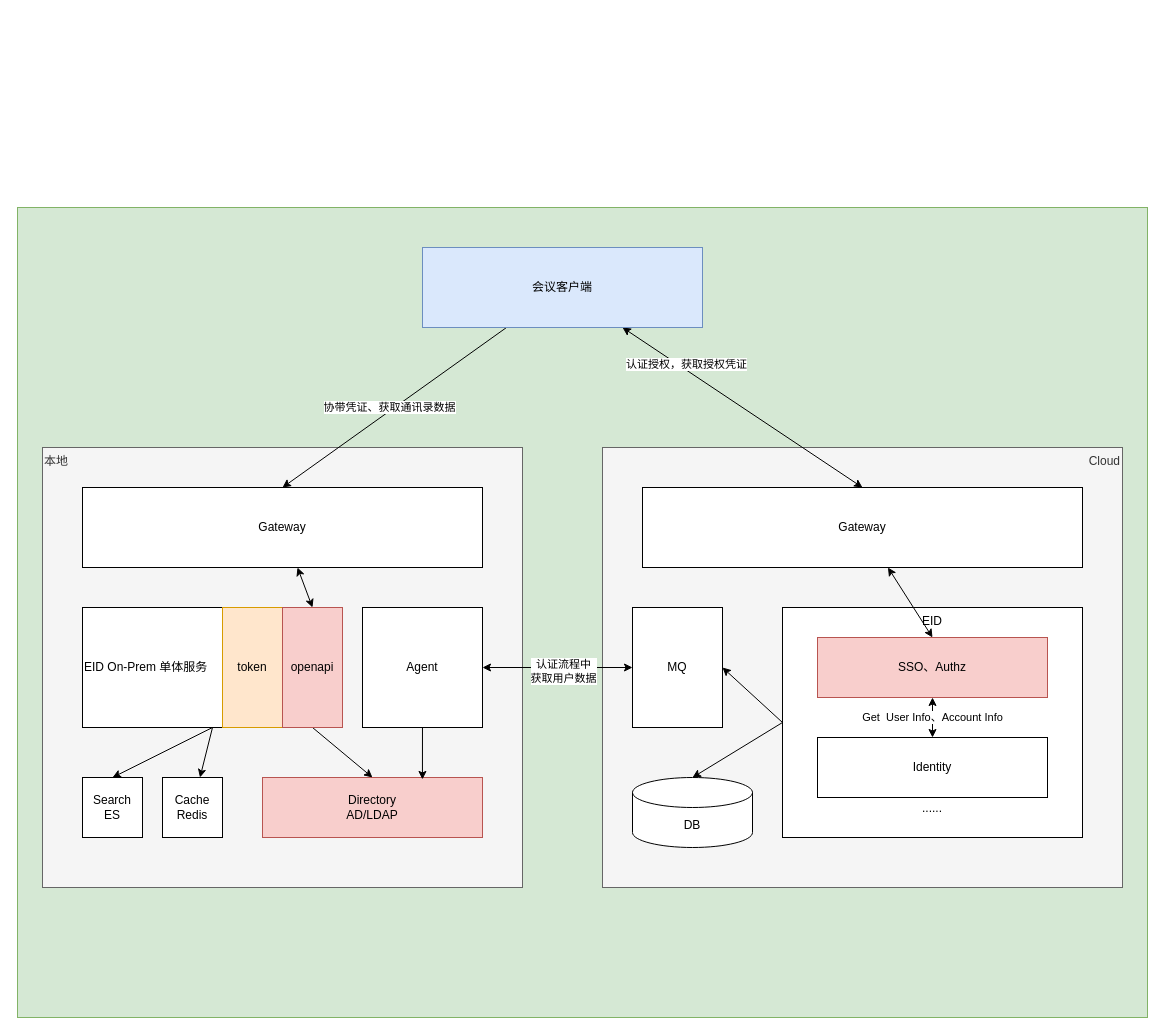
Above: homework/src/main/resources/混合云整体架构.drawio in YufuMxl/geek_java_practise (draw.io), before the change. Source tidied: cells renumbered, new cells numbered last; positions are measured from the earlier drawing's top-left corner, leaving out a move shared by most shapes. Both pictures are drawn from the tidied source at 100%, with x=0, y=0 at pixel (17, 207).
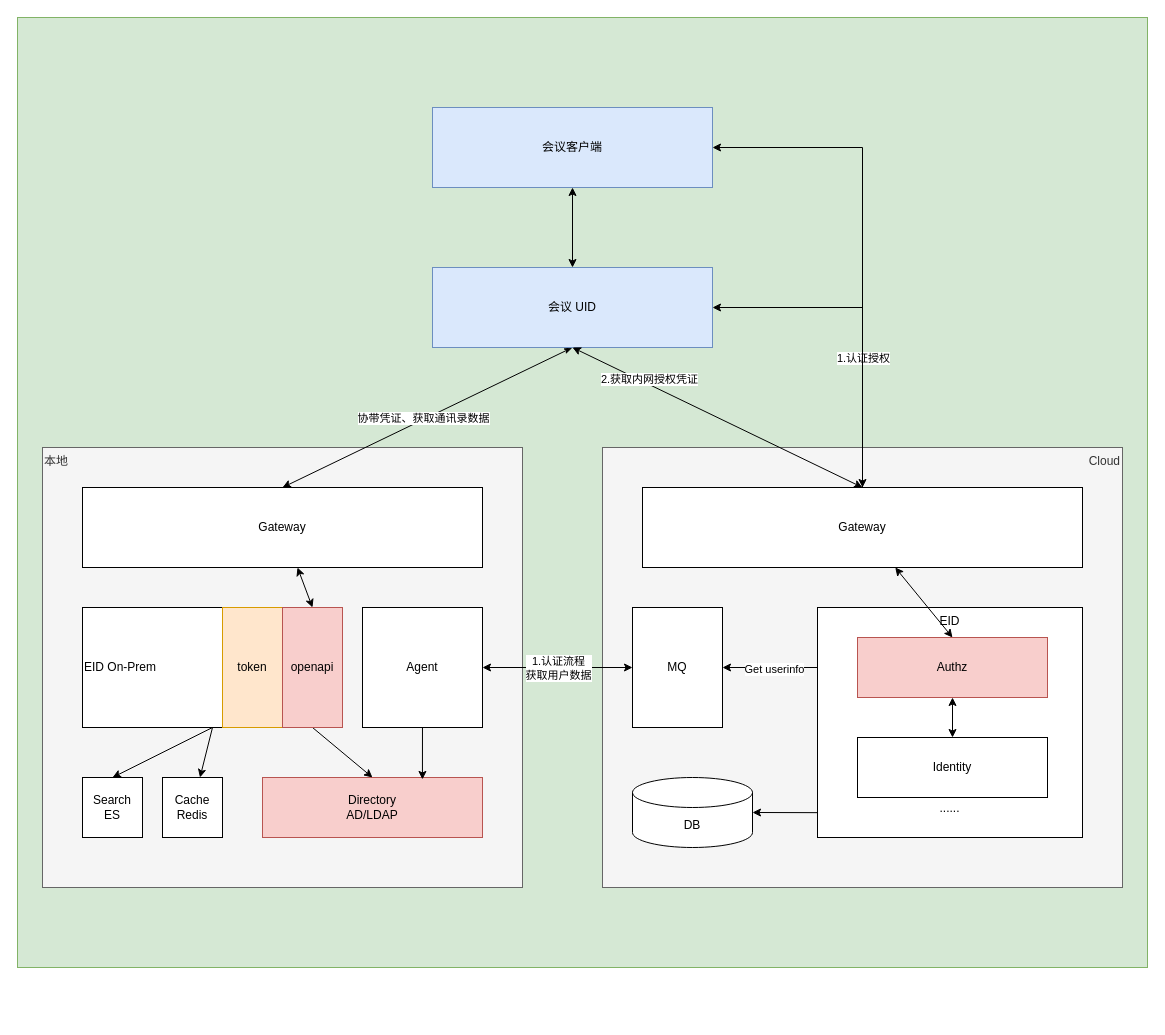
Above is the later version.

Commit message:
更新混合云整体架构.drawio

The change refers to these unchanged cells:
```xml
<mxCell id="10" value="Gateway" style="rounded=0;whiteSpace=wrap;html=1;" parent="1" vertex="1">
  <mxGeometry x="65" y="280" width="400" height="80" as="geometry" />
</mxCell>
<mxCell id="15" style="edgeStyle=orthogonalEdgeStyle;rounded=0;jettySize=auto;html=1;exitX=1;exitY=0.5;exitDx=0;exitDy=0;startArrow=classic;startFill=1;entryX=0;entryY=0.5;entryDx=0;entryDy=0;" parent="1" edge="1" source="17" target="27">
  <mxGeometry relative="1" as="geometry" />
</mxCell>
<mxCell id="27" value="MQ" style="rounded=0;whiteSpace=wrap;html=1;" parent="1" vertex="1">
  <mxGeometry x="615" y="400" width="90" height="120" as="geometry" />
</mxCell>
<mxCell id="33" value="Gateway" style="rounded=0;whiteSpace=wrap;html=1;" parent="1" vertex="1">
  <mxGeometry x="625" y="280" width="440" height="80" as="geometry" />
</mxCell>
<mxCell id="34" value="DB" style="shape=cylinder3;whiteSpace=wrap;html=1;boundedLbl=1;backgroundOutline=1;size=15;" parent="1" vertex="1">
  <mxGeometry x="615" y="570" width="120" height="70" as="geometry" />
</mxCell>
```

Diff of the diagram source:
```diff
@@
     <mxCell id="2" style="rounded=0;whiteSpace=wrap;html=1;fillColor=#d5e8d4;strokeColor=#82b366;" parent="1" vertex="1">
-      <mxGeometry width="1130" height="810" as="geometry" />
+      <mxGeometry y="-190" width="1130" height="950" as="geometry" />
     </mxCell>
@@
     <mxCell id="4" value="&lt;div&gt;EID&lt;/div&gt;&lt;div&gt;&lt;br&gt;&lt;/div&gt;&lt;div&gt;&lt;br&gt;&lt;/div&gt;&lt;div&gt;&lt;br&gt;&lt;/div&gt;&lt;div&gt;&lt;br&gt;&lt;/div&gt;&lt;div&gt;&lt;br&gt;&lt;/div&gt;&lt;div&gt;&lt;br&gt;&lt;/div&gt;&lt;div&gt;&lt;br&gt;&lt;/div&gt;&lt;div&gt;&lt;br&gt;&lt;/div&gt;&lt;div&gt;&lt;br&gt;&lt;/div&gt;&lt;div&gt;&lt;br&gt;&lt;/div&gt;&lt;div&gt;&lt;br&gt;&lt;/div&gt;&lt;div&gt;&lt;br&gt;&lt;/div&gt;&lt;div&gt;......&lt;br&gt;&lt;/div&gt;" style="rounded=0;whiteSpace=wrap;html=1;verticalAlign=top;" parent="1" vertex="1">
-      <mxGeometry x="765" y="400" width="300" height="230" as="geometry" />
+      <mxGeometry x="800" y="400" width="265" height="230" as="geometry" />
     </mxCell>
@@
-    <mxCell id="8" value="EID On-Prem 单体服务" style="rounded=0;whiteSpace=wrap;html=1;align=left;verticalAlign=middle;" parent="1" vertex="1">
+    <mxCell id="8" value="EID On-Prem" style="rounded=0;whiteSpace=wrap;html=1;align=left;verticalAlign=middle;" parent="1" vertex="1">
       <mxGeometry x="65" y="400" width="260" height="120" as="geometry" />
     </mxCell>
@@
-    <mxCell id="16" value="&lt;div&gt;认证流程中&lt;br&gt;&lt;/div&gt;&lt;div&gt;获取用户数据&lt;/div&gt;" style="edgeLabel;html=1;align=center;verticalAlign=middle;" parent="15" vertex="1">
-      <mxGeometry x="0.07" y="-3" relative="1" as="geometry" />
+    <mxCell id="16" value="1.认证流程&lt;br&gt;&lt;div&gt;获取用户数据&lt;/div&gt;" style="edgeLabel;html=1;align=center;verticalAlign=middle;" parent="15" vertex="1">
+      <mxGeometry x="0.07" y="-3" relative="1" as="geometry">
+        <mxPoint x="-5" y="-3" as="offset" />
+      </mxGeometry>
     </mxCell>
@@
-    <mxCell id="21" style="rounded=0;jettySize=auto;html=1;startArrow=classic;startFill=1;entryX=0.5;entryY=0;entryDx=0;entryDy=0;" parent="1" edge="1" source="25" target="33">
+    <mxCell id="21" style="rounded=0;jettySize=auto;html=1;startArrow=classic;startFill=1;entryX=0.5;entryY=0;entryDx=0;entryDy=0;exitX=1;exitY=0.5;exitDx=0;exitDy=0;edgeStyle=orthogonalEdgeStyle;" parent="1" edge="1" source="25" target="33">
       <mxGeometry relative="1" as="geometry" />
     </mxCell>
-    <mxCell id="22" value="认证授权，获取授权凭证" style="edgeLabel;html=1;align=center;verticalAlign=middle;" parent="21" vertex="1">
+    <mxCell id="22" value="1.认证授权" style="edgeLabel;html=1;align=center;verticalAlign=middle;" parent="21" vertex="1">
       <mxGeometry x="-0.47" y="1" relative="1" as="geometry">
-        <mxPoint y="-5" as="offset" />
+        <mxPoint x="20" y="211" as="offset" />
       </mxGeometry>
     </mxCell>
-    <mxCell id="23" style="rounded=0;jettySize=auto;html=1;entryX=0.5;entryY=0;entryDx=0;entryDy=0;" parent="1" edge="1" source="25" target="10">
+    <mxCell id="23" style="rounded=0;jettySize=auto;html=1;entryX=0.5;entryY=0;entryDx=0;entryDy=0;exitX=0.5;exitY=1;exitDx=0;exitDy=0;startArrow=classicThin;startFill=1;" parent="1" edge="1" source="38" target="10">
       <mxGeometry relative="1" as="geometry" />
     </mxCell>
@@
     <mxCell id="25" value="会议客户端" style="rounded=0;whiteSpace=wrap;html=1;fillColor=#dae8fc;strokeColor=#6c8ebf;" parent="1" vertex="1">
-      <mxGeometry x="405" y="40" width="280" height="80" as="geometry" />
+      <mxGeometry x="415" y="-100" width="280" height="80" as="geometry" />
     </mxCell>
-    <mxCell id="26" style="rounded=0;jettySize=auto;html=1;exitX=1;exitY=0.5;exitDx=0;exitDy=0;entryX=0;entryY=0.5;entryDx=0;entryDy=0;startArrow=classic;startFill=1;endArrow=none;endFill=0;" parent="1" edge="1" source="27" target="4">
-      <mxGeometry relative="1" as="geometry" />
+    <mxCell id="26" style="rounded=0;jettySize=auto;html=1;exitX=1;exitY=0.5;exitDx=0;exitDy=0;startArrow=classic;startFill=1;endArrow=none;endFill=0;" parent="1" edge="1" source="27">
+      <mxGeometry relative="1" as="geometry">
+        <mxPoint x="800" y="460" as="targetPoint" />
+      </mxGeometry>
     </mxCell>
+    <mxCell id="35" value="Get userinfo" style="edgeLabel;html=1;align=center;verticalAlign=middle;" parent="26" vertex="1">
+      <mxGeometry x="0.08" y="-1" relative="1" as="geometry" />
+    </mxCell>
@@
-    <mxCell id="28" value="&lt;div&gt;Get&amp;nbsp; User Info、Account Info&lt;/div&gt;" style="edgeStyle=orthogonalEdgeStyle;rounded=0;jettySize=auto;html=1;startArrow=classic;startFill=1;endArrow=classic;endFill=1;" parent="1" edge="1" source="29" target="30">
+    <mxCell id="28" style="edgeStyle=orthogonalEdgeStyle;rounded=0;jettySize=auto;html=1;startArrow=classic;startFill=1;endArrow=classic;endFill=1;" parent="1" edge="1" source="29" target="30">
       <mxGeometry relative="1" as="geometry" />
     </mxCell>
-    <mxCell id="29" value="SSO、Authz" style="rounded=0;whiteSpace=wrap;html=1;fillColor=#f8cecc;strokeColor=#b85450;" parent="1" vertex="1">
-      <mxGeometry x="800" y="430" width="230" height="60" as="geometry" />
+    <mxCell id="29" value="Authz" style="rounded=0;whiteSpace=wrap;html=1;fillColor=#f8cecc;strokeColor=#b85450;" parent="1" vertex="1">
+      <mxGeometry x="840" y="430" width="190" height="60" as="geometry" />
     </mxCell>
     <mxCell id="30" value="Identity" style="rounded=0;whiteSpace=wrap;html=1;" parent="1" vertex="1">
-      <mxGeometry x="800" y="530" width="230" height="60" as="geometry" />
+      <mxGeometry x="840" y="530" width="190" height="60" as="geometry" />
     </mxCell>
-    <mxCell id="31" style="rounded=0;jettySize=auto;html=1;entryX=0;entryY=0.5;entryDx=0;entryDy=0;exitX=0.5;exitY=0;exitDx=0;exitDy=0;startArrow=classic;startFill=1;endArrow=none;endFill=0;" parent="1" edge="1" target="4">
-      <mxGeometry relative="1" as="geometry">
-        <mxPoint x="675" y="570" as="sourcePoint" />
-      </mxGeometry>
+    <mxCell id="31" style="rounded=0;jettySize=auto;html=1;exitX=1;exitY=0.5;exitDx=0;exitDy=0;startArrow=classic;startFill=1;endArrow=none;endFill=0;exitPerimeter=0;entryX=0.002;entryY=0.892;entryDx=0;entryDy=0;entryPerimeter=0;" parent="1" edge="1" source="34" target="4">
+      <mxGeometry relative="1" as="geometry" />
     </mxCell>
@@
+    <mxCell id="36" style="edgeStyle=orthogonalEdgeStyle;rounded=0;jettySize=auto;html=1;entryX=1;entryY=0.5;entryDx=0;entryDy=0;" parent="1" edge="1" source="33" target="38">
+      <mxGeometry relative="1" as="geometry" />
+    </mxCell>
@@
+    <mxCell id="37" style="edgeStyle=orthogonalEdgeStyle;rounded=0;jettySize=auto;html=1;entryX=0.5;entryY=1;entryDx=0;entryDy=0;startArrow=classic;startFill=1;" parent="1" edge="1" source="38" target="25">
+      <mxGeometry relative="1" as="geometry" />
+    </mxCell>
+    <mxCell id="38" value="会议 UID" style="rounded=0;whiteSpace=wrap;html=1;fillColor=#dae8fc;strokeColor=#6c8ebf;" parent="1" vertex="1">
+      <mxGeometry x="415" y="60" width="280" height="80" as="geometry" />
+    </mxCell>
+    <mxCell id="39" style="rounded=0;jettySize=auto;html=1;startArrow=classic;startFill=1;entryX=0.5;entryY=0;entryDx=0;entryDy=0;exitX=0.5;exitY=1;exitDx=0;exitDy=0;" parent="1" edge="1" source="38" target="33">
+      <mxGeometry relative="1" as="geometry" />
+    </mxCell>
+    <mxCell id="40" value="2.获取内网授权凭证" style="edgeLabel;html=1;align=center;verticalAlign=middle;" parent="39" vertex="1">
+      <mxGeometry x="-0.47" y="1" relative="1" as="geometry">
+        <mxPoint y="-5" as="offset" />
+      </mxGeometry>
+    </mxCell>
```
